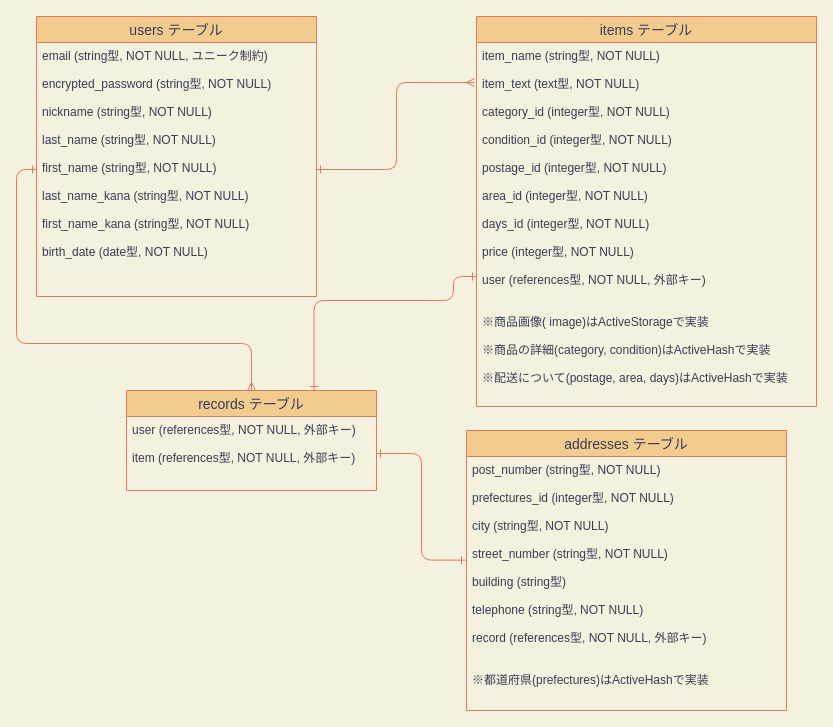
This is Furima-36996.dio from arahito1994/furima-36996, a draw.io file, before an edit. Source tidied: cells renumbered, new cells numbered last; positions are measured from the earlier drawing's top-left corner, leaving out a move shared by most shapes. Both pictures are drawn from the tidied source at 100%, with x=0, y=0 at pixel (36, 16).
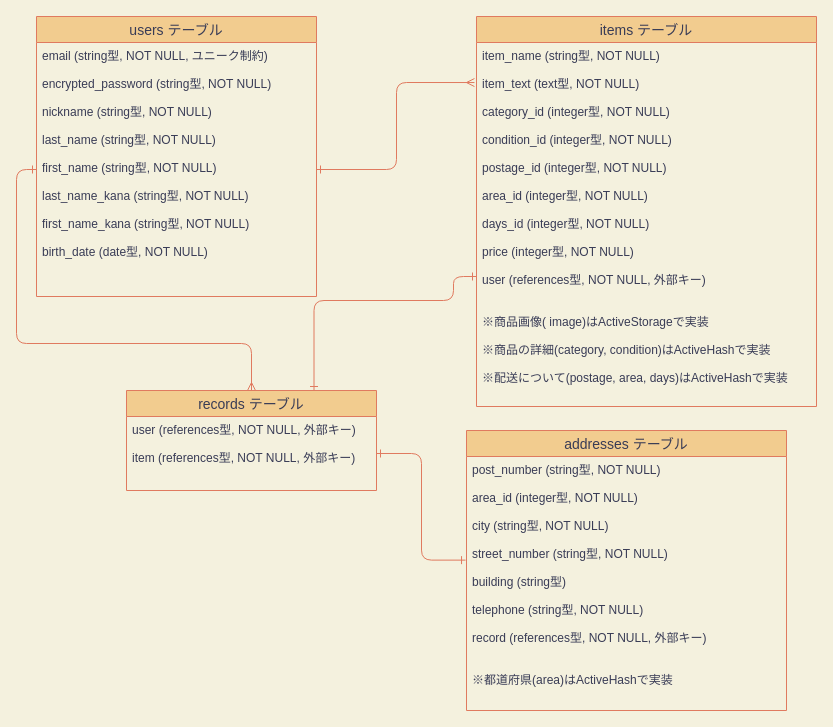
Above is the later version.

Commit message (it also covers changes not shown here):
ER図、README修正

The edit, as a diff of the source:
```diff
@@
 <mxGraphModel background="#F4F1DE">
   <root>
     <mxCell id="0" />
     <mxCell id="1" parent="0" />
     <mxCell id="2" value="users テーブル" style="swimlane;fontStyle=0;horizontal=1;startSize=26;align=center;fontSize=14;rounded=0;sketch=0;fillColor=#F2CC8F;strokeColor=#E07A5F;fontColor=#393C56;" parent="1" vertex="1">
       <mxGeometry width="280" height="280" as="geometry" />
     </mxCell>
     <mxCell id="3" value="email (string型, NOT NULL, ユニーク制約)&#10;&#10;encrypted_password (string型, NOT NULL)&#10;&#10;nickname (string型, NOT NULL)&#10;&#10;last_name (string型, NOT NULL)&#10;&#10;first_name (string型, NOT NULL)&#10;&#10;last_name_kana (string型, NOT NULL)&#10;&#10;first_name_kana (string型, NOT NULL)&#10;&#10;birth_date (date型, NOT NULL)" style="text;strokeColor=none;fillColor=none;spacingLeft=4;spacingRight=4;overflow=hidden;points=[[0,0.5],[1,0.5]];portConstraint=eastwest;fontSize=12;fontColor=#393C56;" parent="2" vertex="1">
       <mxGeometry y="26" width="280" height="254" as="geometry" />
     </mxCell>
     <mxCell id="4" style="edgeStyle=orthogonalEdgeStyle;curved=0;rounded=1;sketch=0;jettySize=auto;html=1;exitX=0.75;exitY=0;exitDx=0;exitDy=0;startArrow=ERone;startFill=0;endArrow=ERone;endFill=0;strokeColor=#E07A5F;fontColor=#393C56;labelBackgroundColor=#F4F1DE;" parent="1" edge="1" source="5">
       <mxGeometry relative="1" as="geometry">
         <mxPoint x="440" y="260" as="targetPoint" />
         <Array as="points">
           <mxPoint x="278" y="284" />
           <mxPoint x="417" y="284" />
         </Array>
       </mxGeometry>
     </mxCell>
     <mxCell id="5" value="records テーブル" style="swimlane;fontStyle=0;horizontal=1;startSize=26;align=center;fontSize=14;rounded=0;sketch=0;fillColor=#F2CC8F;strokeColor=#E07A5F;fontColor=#393C56;" parent="1" vertex="1">
       <mxGeometry x="90" y="374" width="250" height="100" as="geometry" />
     </mxCell>
     <mxCell id="6" value="user (references型, NOT NULL, 外部キー)&#10;&#10;item (references型, NOT NULL, 外部キー)" style="text;strokeColor=none;fillColor=none;spacingLeft=4;spacingRight=4;overflow=hidden;points=[[0,0.5],[1,0.5]];portConstraint=eastwest;fontSize=12;fontColor=#393C56;" parent="5" vertex="1">
       <mxGeometry y="26" width="250" height="74" as="geometry" />
     </mxCell>
     <mxCell id="7" value="items テーブル" style="swimlane;fontStyle=0;horizontal=1;startSize=26;align=center;fontSize=14;rounded=0;sketch=0;fillColor=#F2CC8F;strokeColor=#E07A5F;fontColor=#393C56;" parent="1" vertex="1">
       <mxGeometry x="440" width="340" height="390" as="geometry" />
     </mxCell>
     <mxCell id="8" value="item_name (string型, NOT NULL)&#10;&#10;item_text (text型, NOT NULL)&#10;&#10;category_id (integer型, NOT NULL)&#10;&#10;condition_id (integer型, NOT NULL)&#10;&#10;postage_id (integer型, NOT NULL)&#10;&#10;area_id (integer型, NOT NULL)&#10;&#10;days_id (integer型, NOT NULL)&#10;&#10;price (integer型, NOT NULL)&#10;&#10;user (references型, NOT NULL, 外部キー)&#10;&#10;&#10;※商品画像( image)はActiveStorageで実装&#10;&#10;※商品の詳細(category, condition)はActiveHashで実装&#10;&#10;※配送について(postage, area, days)はActiveHashで実装&#10;" style="text;spacingLeft=4;spacingRight=4;overflow=hidden;points=[[0,0.5],[1,0.5]];portConstraint=eastwest;fontSize=12;fontColor=#393C56;" parent="7" vertex="1">
       <mxGeometry y="26" width="340" height="364" as="geometry" />
     </mxCell>
     <mxCell id="9" value="addresses テーブル" style="swimlane;fontStyle=0;horizontal=1;startSize=26;align=center;fontSize=14;rounded=0;sketch=0;fillColor=#F2CC8F;strokeColor=#E07A5F;fontColor=#393C56;" parent="1" vertex="1">
       <mxGeometry x="430" y="414" width="320" height="280" as="geometry" />
     </mxCell>
-    <mxCell id="10" value="post_number (string型, NOT NULL)&#10;&#10;prefectures_id (integer型, NOT NULL)&#10;&#10;city (string型, NOT NULL)&#10;&#10;street_number (string型, NOT NULL)&#10;&#10;building (string型)&#10;&#10;telephone (string型, NOT NULL)&#10;&#10;record (references型, NOT NULL, 外部キー)&#10;&#10;&#10;※都道府県(prefectures)はActiveHashで実装&#10;" style="text;strokeColor=none;fillColor=none;spacingLeft=4;spacingRight=4;overflow=hidden;points=[[0,0.5],[1,0.5]];portConstraint=eastwest;fontSize=12;fontColor=#393C56;" parent="9" vertex="1">
+    <mxCell id="10" value="post_number (string型, NOT NULL)&#10;&#10;area_id (integer型, NOT NULL)&#10;&#10;city (string型, NOT NULL)&#10;&#10;street_number (string型, NOT NULL)&#10;&#10;building (string型)&#10;&#10;telephone (string型, NOT NULL)&#10;&#10;record (references型, NOT NULL, 外部キー)&#10;&#10;&#10;※都道府県(area)はActiveHashで実装&#10;" style="text;strokeColor=none;fillColor=none;spacingLeft=4;spacingRight=4;overflow=hidden;points=[[0,0.5],[1,0.5]];portConstraint=eastwest;fontSize=12;fontColor=#393C56;" parent="9" vertex="1">
       <mxGeometry y="26" width="320" height="254" as="geometry" />
     </mxCell>
     <mxCell id="11" style="edgeStyle=orthogonalEdgeStyle;curved=0;rounded=1;sketch=0;jettySize=auto;html=1;exitX=1;exitY=0.5;exitDx=0;exitDy=0;endArrow=ERmany;endFill=0;startArrow=ERone;startFill=0;strokeColor=#E07A5F;fontColor=#393C56;labelBackgroundColor=#F4F1DE;entryX=-0.006;entryY=0.11;entryDx=0;entryDy=0;entryPerimeter=0;" parent="1" edge="1" source="3" target="8">
       <mxGeometry relative="1" as="geometry" />
     </mxCell>
     <mxCell id="12" style="edgeStyle=orthogonalEdgeStyle;curved=0;rounded=1;sketch=0;jettySize=auto;html=1;exitX=0;exitY=0.5;exitDx=0;exitDy=0;entryX=0.5;entryY=0;entryDx=0;entryDy=0;startArrow=ERone;startFill=0;endArrow=ERmany;endFill=0;strokeColor=#E07A5F;fontColor=#393C56;labelBackgroundColor=#F4F1DE;" parent="1" edge="1" source="3" target="5">
       <mxGeometry relative="1" as="geometry" />
     </mxCell>
     <mxCell id="13" style="edgeStyle=orthogonalEdgeStyle;curved=0;rounded=1;sketch=0;jettySize=auto;html=1;exitX=1;exitY=0.5;exitDx=0;exitDy=0;entryX=-0.003;entryY=0.408;entryDx=0;entryDy=0;entryPerimeter=0;startArrow=ERone;startFill=0;endArrow=ERone;endFill=0;strokeColor=#E07A5F;fontColor=#393C56;labelBackgroundColor=#F4F1DE;" parent="1" edge="1" source="6" target="10">
       <mxGeometry relative="1" as="geometry" />
     </mxCell>
   </root>
 </mxGraphModel>
```
